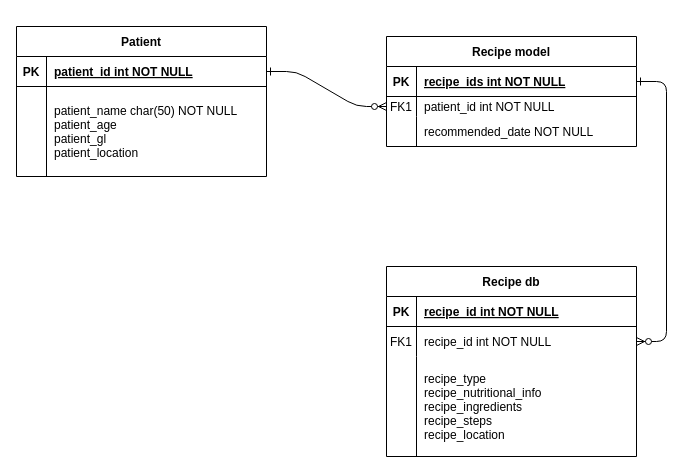
Earlier version of the draw.io diagram ERD.drawio (MutonyiLewis/DiabetesRecipes). Source tidied: cells renumbered, new cells numbered last; positions are measured from the earlier drawing's top-left corner, leaving out a move shared by most shapes. Both pictures are drawn from the tidied source at 100%, with x=0, y=0 at pixel (16, 26).
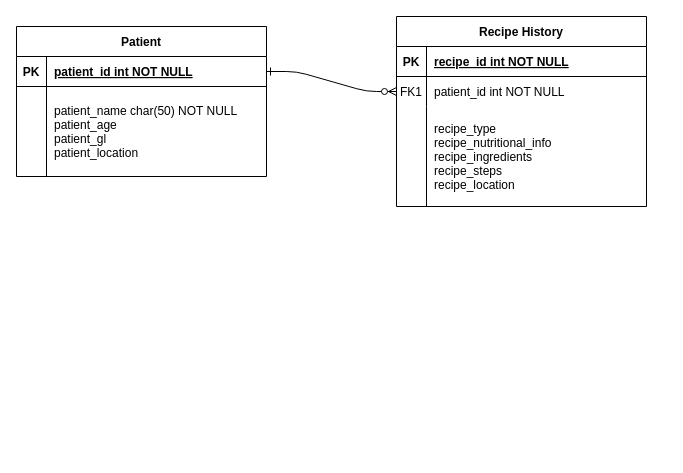
The same diagram, later.

The change refers to these unchanged cells:
```xml
<mxCell id="18" style="shape=partialRectangle;fillColor=none;points=[[0,0.5],[1,0.5]];portConstraint=eastwest;top=0;left=0;right=0;bottom=0;" parent="14" vertex="1">
  <mxGeometry y="60" width="250" height="30" as="geometry" />
</mxCell>
<mxCell id="25" style="shape=partialRectangle;fillColor=none;points=[[0,0.5],[1,0.5]];portConstraint=eastwest;top=0;left=0;right=0;bottom=1;" parent="24" vertex="1">
  <mxGeometry y="30" width="250" height="30" as="geometry" />
</mxCell>
```

What changed in the source:
```diff
@@
-    <mxCell id="2" style="edgeStyle=entityRelationEdgeStyle;endArrow=ERzeroToMany;startArrow=ERone;endFill=1;startFill=0;" parent="1" edge="1" source="25" target="8">
+    <mxCell id="2" style="edgeStyle=entityRelationEdgeStyle;endArrow=ERzeroToMany;startArrow=ERone;endFill=1;startFill=0;entryX=0;entryY=0.5;entryDx=0;entryDy=0;" parent="1" edge="1" source="25" target="18">
       <mxGeometry relative="1" as="geometry" />
     </mxCell>
-    <mxCell id="3" style="edgeStyle=entityRelationEdgeStyle;endArrow=ERzeroToMany;startArrow=ERone;endFill=1;startFill=0;" parent="1" edge="1" source="5" target="18">
-      <mxGeometry relative="1" as="geometry" />
-    </mxCell>
-    <mxCell id="4" value="Recipe model" style="shape=table;startSize=30;childLayout=tableLayout;rowLines=0;fontStyle=1;align=center;" parent="1" vertex="1">
-      <mxGeometry x="370" y="10" width="250" height="110" as="geometry" />
-    </mxCell>
-    <mxCell id="5" style="shape=partialRectangle;fillColor=none;points=[[0,0.5],[1,0.5]];portConstraint=eastwest;top=0;left=0;right=0;bottom=1;" parent="4" vertex="1">
-      <mxGeometry y="30" width="250" height="30" as="geometry" />
-    </mxCell>
-    <mxCell id="6" value="PK" style="shape=partialRectangle;overflow=hidden;fillColor=none;top=0;left=0;bottom=0;right=0;fontStyle=1;" parent="5" vertex="1">
-      <mxGeometry width="30" height="30" as="geometry" />
-    </mxCell>
-    <mxCell id="7" value="recipe_ids int NOT NULL " style="shape=partialRectangle;overflow=hidden;fillColor=none;top=0;left=0;bottom=0;right=0;align=left;spacingLeft=6;fontStyle=5;" parent="5" vertex="1">
-      <mxGeometry x="30" width="220" height="30" as="geometry" />
-    </mxCell>
-    <mxCell id="8" style="shape=partialRectangle;fillColor=none;points=[[0,0.5],[1,0.5]];portConstraint=eastwest;top=0;left=0;right=0;bottom=0;" parent="4" vertex="1">
-      <mxGeometry y="60" width="250" height="20" as="geometry" />
-    </mxCell>
-    <mxCell id="9" value="FK1" style="shape=partialRectangle;overflow=hidden;fillColor=none;top=0;left=0;bottom=0;right=0;" parent="8" vertex="1">
-      <mxGeometry width="30" height="20" as="geometry" />
-    </mxCell>
-    <mxCell id="10" value="patient_id int NOT NULL" style="shape=partialRectangle;overflow=hidden;fillColor=none;top=0;left=0;bottom=0;right=0;align=left;spacingLeft=6;" parent="8" vertex="1">
-      <mxGeometry x="30" width="220" height="20" as="geometry" />
-    </mxCell>
-    <mxCell id="11" style="shape=partialRectangle;fillColor=none;top=0;left=0;right=0;bottom=0;" parent="4" vertex="1">
-      <mxGeometry y="80" width="250" height="30" as="geometry" />
-    </mxCell>
-    <mxCell id="12" style="shape=partialRectangle;overflow=hidden;fillColor=none;top=0;left=0;bottom=0;right=0;" parent="11" vertex="1">
-      <mxGeometry width="30" height="30" as="geometry" />
-    </mxCell>
-    <mxCell id="13" value="recommended_date NOT NULL" style="shape=partialRectangle;overflow=hidden;fillColor=none;top=0;left=0;bottom=0;right=0;align=left;spacingLeft=6;" parent="11" vertex="1">
-      <mxGeometry x="30" width="220" height="30" as="geometry" />
-    </mxCell>
-    <mxCell id="14" value="Recipe db" style="shape=table;startSize=30;childLayout=tableLayout;rowLines=0;fontStyle=1;align=center;" parent="1" vertex="1">
-      <mxGeometry x="370" y="240" width="250" height="190" as="geometry" />
+    <mxCell id="14" value="Recipe History" style="shape=table;startSize=30;childLayout=tableLayout;rowLines=0;fontStyle=1;align=center;" parent="1" vertex="1">
+      <mxGeometry x="380" y="-10" width="250" height="190" as="geometry" />
     </mxCell>
@@
-    <mxCell id="20" value="recipe_id int NOT NULL" style="shape=partialRectangle;overflow=hidden;fillColor=none;top=0;left=0;bottom=0;right=0;align=left;spacingLeft=6;" parent="18" vertex="1">
+    <mxCell id="20" value="patient_id int NOT NULL" style="shape=partialRectangle;overflow=hidden;fillColor=none;top=0;left=0;bottom=0;right=0;align=left;spacingLeft=6;" parent="18" vertex="1">
       <mxGeometry x="30" width="220" height="30" as="geometry" />
     </mxCell>
```
